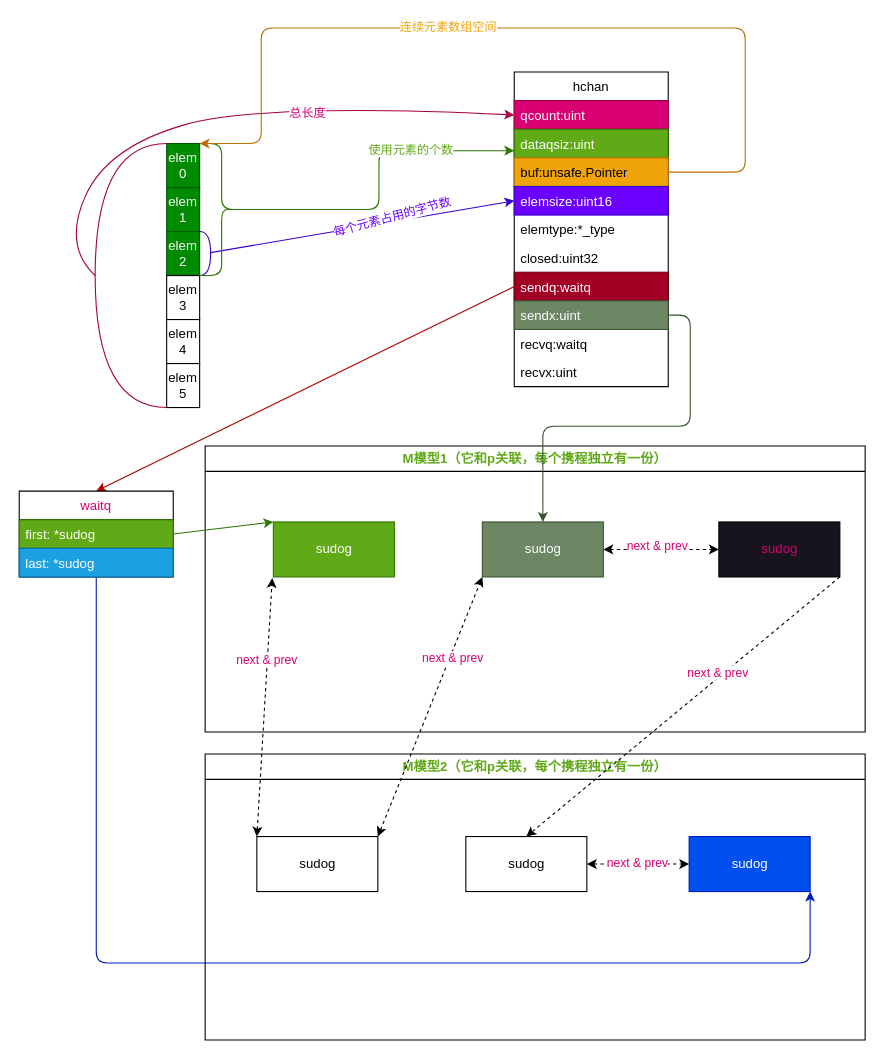
Above: golang/assets/chan/hchan数据结构.drawio in worldyuan/study (draw.io), before the change. Source tidied: cells renumbered, new cells numbered last; positions are measured from the earlier drawing's top-left corner, leaving out a move shared by most shapes. Both pictures are drawn from the tidied source at 110%, with x=0, y=0 at pixel (19, 28).
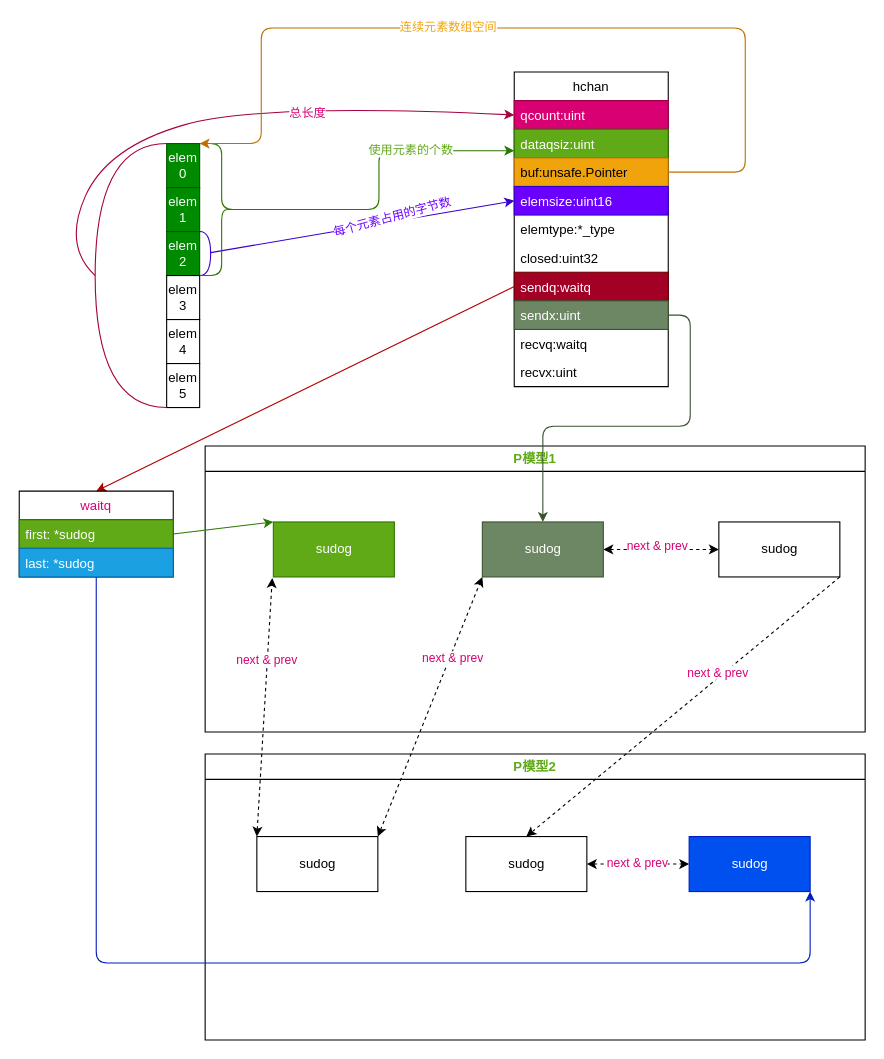
The same page after the edit.

Diff of the diagram source:
```diff
@@
-    <mxCell id="12" value="M模型1（它和p关联，每个携程独立有一份）" style="swimlane;whiteSpace=wrap;html=1;fontColor=#60a917;" parent="1" vertex="1">
+    <mxCell id="12" value="P模型1" style="swimlane;whiteSpace=wrap;html=1;fontColor=#60a917;" parent="1" vertex="1">
       <mxGeometry x="169" y="380" width="600" height="260" as="geometry" />
     </mxCell>
@@
-    <mxCell id="17" value="sudog" style="html=1;fontColor=#d80073;fillColor=rgb(24, 20, 29);" parent="12" vertex="1">
+    <mxCell id="17" value="sudog" style="html=1;" parent="12" vertex="1">
       <mxGeometry x="467" y="69" width="110" height="50" as="geometry" />
     </mxCell>
@@
-    <mxCell id="33" value="M模型2（它和p关联，每个携程独立有一份）" style="swimlane;whiteSpace=wrap;html=1;fontColor=#60a917;" parent="1" vertex="1">
+    <mxCell id="33" value="P模型2" style="swimlane;whiteSpace=wrap;html=1;fontColor=#60a917;" parent="1" vertex="1">
       <mxGeometry x="169" y="660" width="600" height="260" as="geometry" />
     </mxCell>
```
